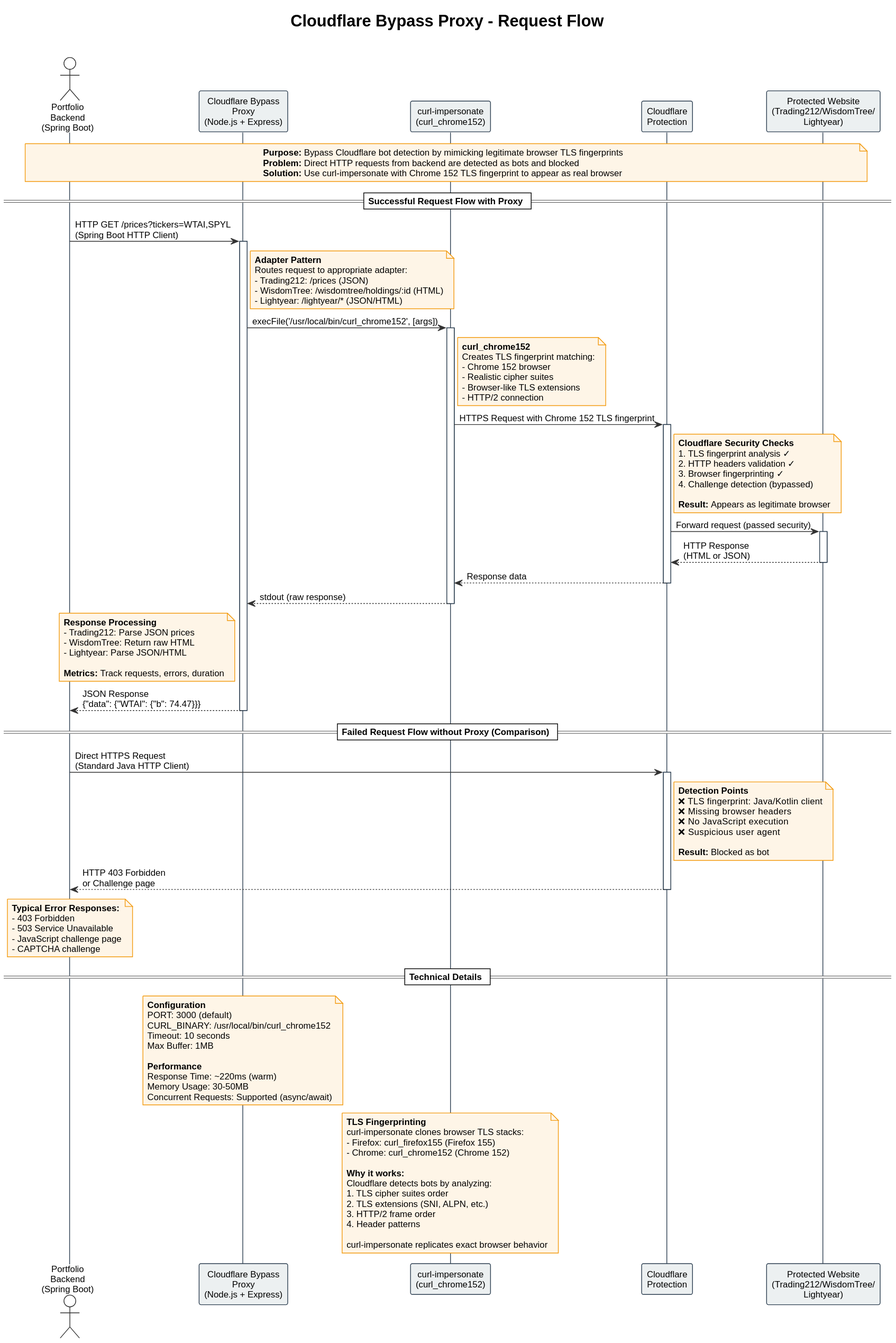
Earlier version of the PlantUML export cloudflare-bypass-proxy/docs/cloudflare-bypass-flow.svg (ktenman/portfolio).
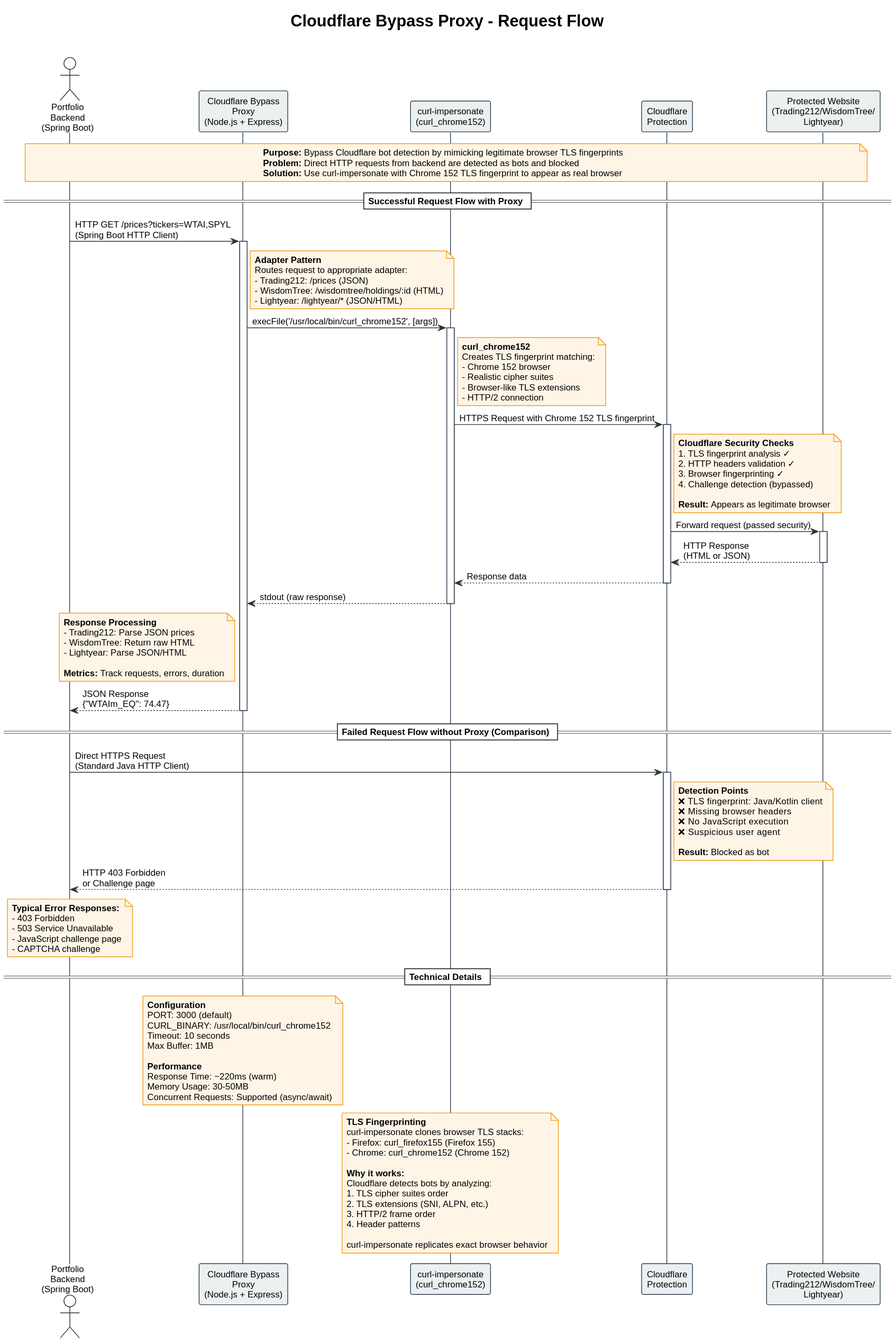
After the change.

Diff of the diagram source:
```diff
@@ -85,7 +85,7 @@
   **Metrics:** Track requests, errors, duration
 end note
 
-Proxy --> Backend: JSON Response\n{"data": {"WTAI": {"b": 74.47}}}
+Proxy --> Backend: JSON Response\n{"WTAIm_EQ": 74.47}
 deactivate Proxy
 
 == Failed Request Flow without Proxy (Comparison) ==
```
